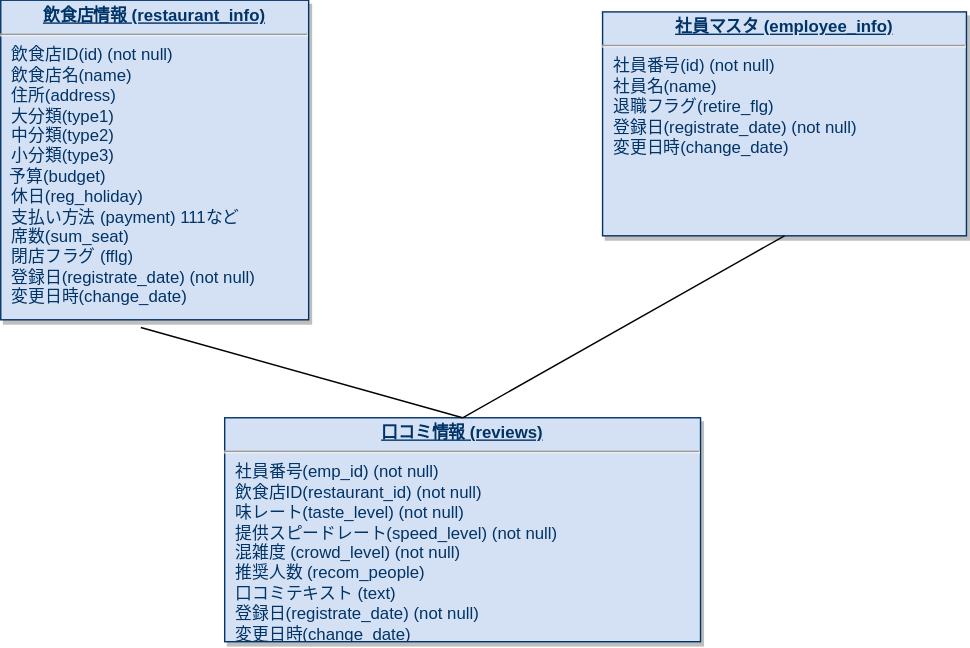
The draw.io diagram design/ER.svg in kktarok28/nri4-api-solo, before a commit. Source tidied: cells renumbered, new cells last; positions are measured from the earlier drawing's top-left corner, leaving out a move shared by most shapes.
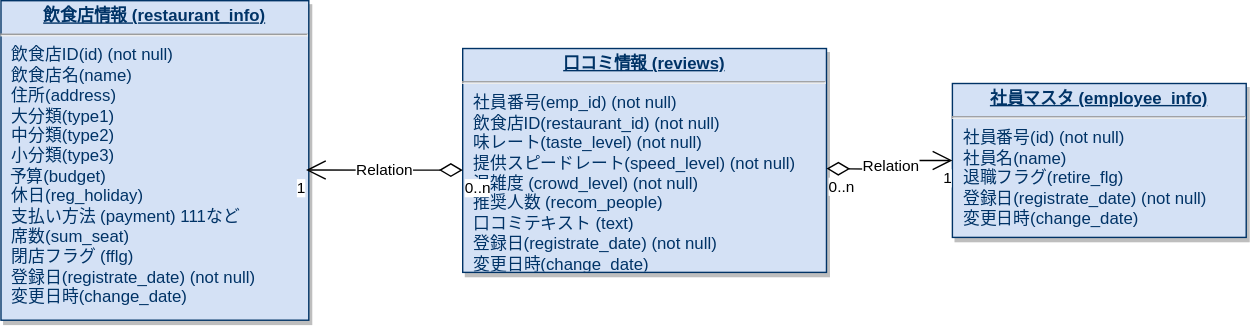
After the commit.

Diff of the diagram source:
```diff
@@ -3,21 +3,33 @@
     <mxCell id="0" />
     <mxCell id="1" parent="0" />
     <mxCell id="2" value="&lt;p style=&quot;margin: 0px; margin-top: 4px; text-align: center; text-decoration: underline;&quot;&gt;&lt;b&gt;口コミ情報 (reviews)&lt;/b&gt;&lt;/p&gt;&lt;hr&gt;&lt;p style=&quot;margin: 0px; margin-left: 8px;&quot;&gt;社員番号(emp_id) (not null)&lt;br&gt;&lt;/p&gt;&lt;p style=&quot;margin: 0px; margin-left: 8px;&quot;&gt;飲食店ID(restaurant_id) (not null)&lt;/p&gt;&lt;p style=&quot;margin: 0px; margin-left: 8px;&quot;&gt;味レート(taste_level&lt;span style=&quot;background-color: initial;&quot;&gt;) (not null)&lt;/span&gt;&lt;/p&gt;&lt;p style=&quot;margin: 0px; margin-left: 8px;&quot;&gt;提供スピードレート(speed_level) (not null)&lt;span style=&quot;background-color: initial;&quot;&gt;&lt;br&gt;&lt;/span&gt;&lt;/p&gt;&lt;p style=&quot;margin: 0px; margin-left: 8px;&quot;&gt;混雑度 (crowd_level) (not null)&lt;/p&gt;&lt;p style=&quot;margin: 0px; margin-left: 8px;&quot;&gt;推奨人数 (recom_people)&lt;/p&gt;&lt;p style=&quot;margin: 0px; margin-left: 8px;&quot;&gt;口コミテキスト (text)&lt;/p&gt;&lt;p style=&quot;margin: 0px; margin-left: 8px;&quot;&gt;登録日(registrate_date) (not null)&lt;/p&gt;&lt;p style=&quot;margin: 0px; margin-left: 8px;&quot;&gt;変更日時(change_date)&lt;/p&gt;&lt;p style=&quot;margin: 0px; margin-left: 8px;&quot;&gt;&lt;br&gt;&lt;/p&gt;" style="verticalAlign=top;align=left;overflow=fill;fontSize=12;fontFamily=Helvetica;html=1;strokeColor=#003366;shadow=1;fillColor=#D4E1F5;fontColor=#003366;" parent="1" vertex="1">
-      <mxGeometry x="160" y="298" width="340" height="160" as="geometry" />
+      <mxGeometry x="360" y="52.2" width="260" height="160" as="geometry" />
     </mxCell>
     <mxCell id="3" value="&lt;p style=&quot;margin: 0px; margin-top: 4px; text-align: center; text-decoration: underline;&quot;&gt;&lt;b&gt;飲食店情報 (restaurant_info)&lt;/b&gt;&lt;/p&gt;&lt;hr&gt;&lt;p style=&quot;margin: 0px; margin-left: 8px;&quot;&gt;飲食店ID(id) (not null)&lt;/p&gt;&lt;p style=&quot;margin: 0px; margin-left: 8px;&quot;&gt;飲食店名(name)&lt;/p&gt;&lt;p style=&quot;margin: 0px; margin-left: 8px;&quot;&gt;住所(address)&lt;/p&gt;&lt;p style=&quot;margin: 0px; margin-left: 8px;&quot;&gt;大分類(type1)&lt;/p&gt;&lt;p style=&quot;margin: 0px; margin-left: 8px;&quot;&gt;中分類(type2)&lt;/p&gt;&lt;p style=&quot;margin: 0px; margin-left: 8px;&quot;&gt;小分類(type3)&lt;/p&gt;&lt;span style=&quot;background-color: initial;&quot;&gt;&amp;nbsp; 予算(budget)&lt;br&gt;&lt;/span&gt;&lt;p style=&quot;margin: 0px; margin-left: 8px;&quot;&gt;休日(reg_holiday)&lt;/p&gt;&lt;p style=&quot;margin: 0px; margin-left: 8px;&quot;&gt;支払い方法 (payment) 111など&lt;/p&gt;&lt;p style=&quot;margin: 0px; margin-left: 8px;&quot;&gt;席数(sum_seat)&amp;nbsp;&lt;/p&gt;&lt;p style=&quot;margin: 0px; margin-left: 8px;&quot;&gt;閉店フラグ (fflg)&lt;/p&gt;&lt;p style=&quot;border-color: var(--border-color); margin: 0px 0px 0px 8px;&quot;&gt;登録日(registrate_date) (not null)&lt;/p&gt;&lt;p style=&quot;border-color: var(--border-color); margin: 0px 0px 0px 8px;&quot;&gt;変更日時(change_date)&lt;/p&gt;&lt;p style=&quot;margin: 0px; margin-left: 8px;&quot;&gt;&lt;br&gt;&lt;/p&gt;" style="verticalAlign=top;align=left;overflow=fill;fontSize=12;fontFamily=Helvetica;html=1;strokeColor=#003366;shadow=1;fillColor=#D4E1F5;fontColor=#003366;" parent="1" vertex="1">
-      <mxGeometry y="-0.4" width="220" height="228.4" as="geometry" />
+      <mxGeometry x="30" y="18" width="220" height="228.4" as="geometry" />
     </mxCell>
     <mxCell id="4" value="&lt;p style=&quot;margin: 0px; margin-top: 4px; text-align: center; text-decoration: underline;&quot;&gt;&lt;b&gt;社員マスタ (employee_info)&lt;/b&gt;&lt;/p&gt;&lt;hr&gt;&lt;p style=&quot;margin: 0px; margin-left: 8px;&quot;&gt;社員番号(id) (not null)&lt;/p&gt;&lt;p style=&quot;margin: 0px; margin-left: 8px;&quot;&gt;社員名(name)&lt;br&gt;&lt;/p&gt;&lt;p style=&quot;margin: 0px; margin-left: 8px;&quot;&gt;退職フラグ(retire_flg)&lt;/p&gt;&lt;p style=&quot;border-color: var(--border-color); margin: 0px 0px 0px 8px;&quot;&gt;登録日(registrate_date) (not null)&lt;/p&gt;&lt;p style=&quot;border-color: var(--border-color); margin: 0px 0px 0px 8px;&quot;&gt;変更日時(change_date)&lt;/p&gt;" style="verticalAlign=top;align=left;overflow=fill;fontSize=12;fontFamily=Helvetica;html=1;strokeColor=#003366;shadow=1;fillColor=#D4E1F5;fontColor=#003366;" parent="1" vertex="1">
-      <mxGeometry x="430" y="8" width="260" height="160" as="geometry" />
+      <mxGeometry x="710" y="77.2" width="210" height="110" as="geometry" />
     </mxCell>
-    <mxCell id="5" style="endArrow=none;html=1;rounded=0;entryX=0.5;entryY=1;entryDx=0;entryDy=0;exitX=0.5;exitY=0;exitDx=0;exitDy=0;" parent="1" edge="1" source="2" target="4">
-      <mxGeometry relative="1" as="geometry" />
-    </mxCell>
-    <mxCell id="6" style="endArrow=none;html=1;rounded=0;entryX=0.455;entryY=1.024;entryDx=0;entryDy=0;entryPerimeter=0;" parent="1" edge="1" target="3">
-      <mxGeometry relative="1" as="geometry">
-        <mxPoint x="330" y="298" as="sourcePoint" />
-      </mxGeometry>
-    </mxCell>
+    <mxCell id="7" value="Relation" style="endArrow=open;html=1;endSize=12;startArrow=diamondThin;startSize=14;startFill=0;edgeStyle=orthogonalEdgeStyle;rounded=0;entryX=0;entryY=0.5;entryDx=0;entryDy=0;" parent="1" edge="1" target="4">
+      <mxGeometry relative="1" as="geometry">
+        <mxPoint x="620" y="138" as="sourcePoint" />
+      </mxGeometry>
+    </mxCell>
+    <mxCell id="8" value="0..n" style="edgeLabel;html=1;align=left;verticalAlign=top;" parent="7" vertex="1">
+      <mxGeometry x="-1" relative="1" as="geometry" />
+    </mxCell>
+    <mxCell id="9" value="1" style="edgeLabel;html=1;align=right;verticalAlign=top;" parent="7" vertex="1">
+      <mxGeometry x="1" relative="1" as="geometry" />
+    </mxCell>
+    <mxCell id="10" value="Relation" style="endArrow=open;html=1;endSize=12;startArrow=diamondThin;startSize=14;startFill=0;edgeStyle=orthogonalEdgeStyle;rounded=0;entryX=0.991;entryY=0.53;entryDx=0;entryDy=0;entryPerimeter=0;exitX=0;exitY=0.543;exitDx=0;exitDy=0;exitPerimeter=0;" parent="1" edge="1" source="2" target="3">
+      <mxGeometry relative="1" as="geometry" />
+    </mxCell>
+    <mxCell id="11" value="0..n" style="edgeLabel;html=1;align=left;verticalAlign=top;" parent="10" vertex="1">
+      <mxGeometry x="-1" relative="1" as="geometry" />
+    </mxCell>
+    <mxCell id="12" value="1" style="edgeLabel;html=1;align=right;verticalAlign=top;" parent="10" vertex="1">
+      <mxGeometry x="1" relative="1" as="geometry" />
+    </mxCell>
   </root>
 </mxGraphModel>
```
